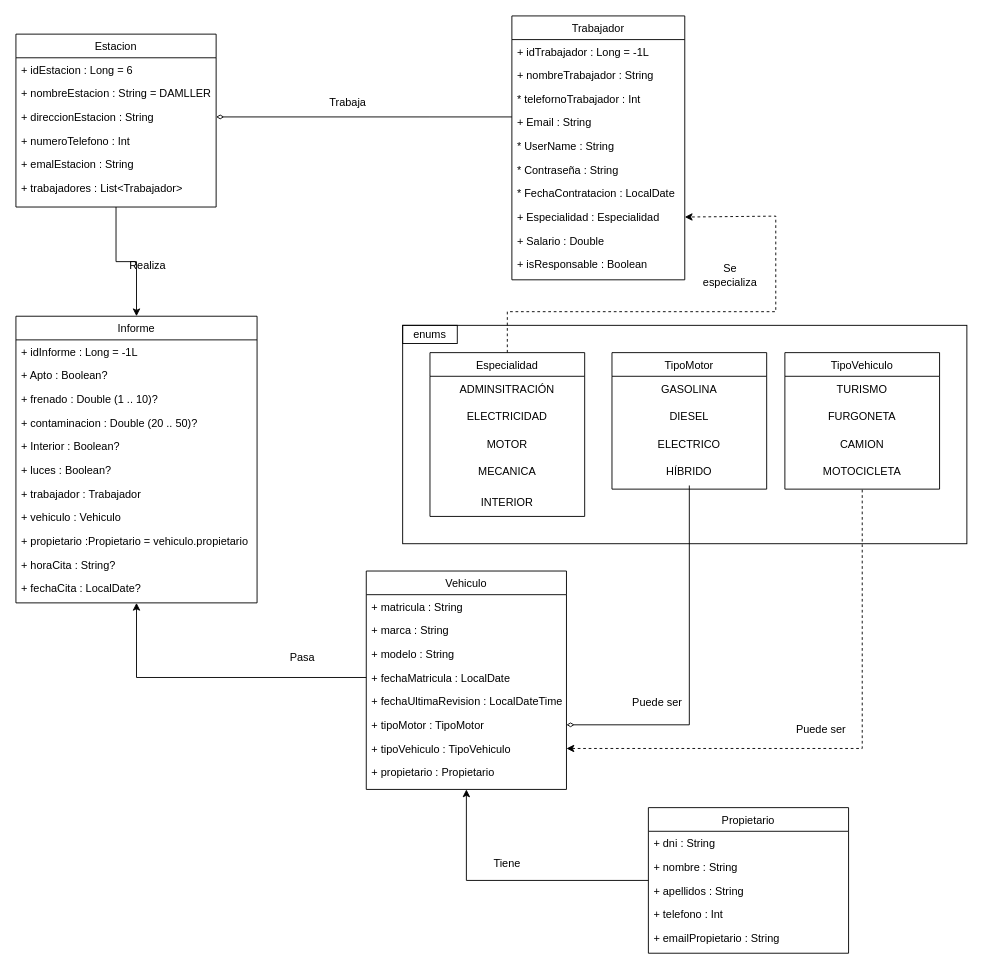
The draw.io diagram Diagramas/Entornos/Diagrama_de_clase.drawio in AlvaroDVA/Proyecto_ITV, before the edit. Source tidied: cells renumbered, new cells numbered last; positions are measured from the earlier drawing's top-left corner, leaving out a move shared by most shapes. Both pictures are drawn from the tidied source at 91%, with x=0, y=0 at pixel (15, 15).
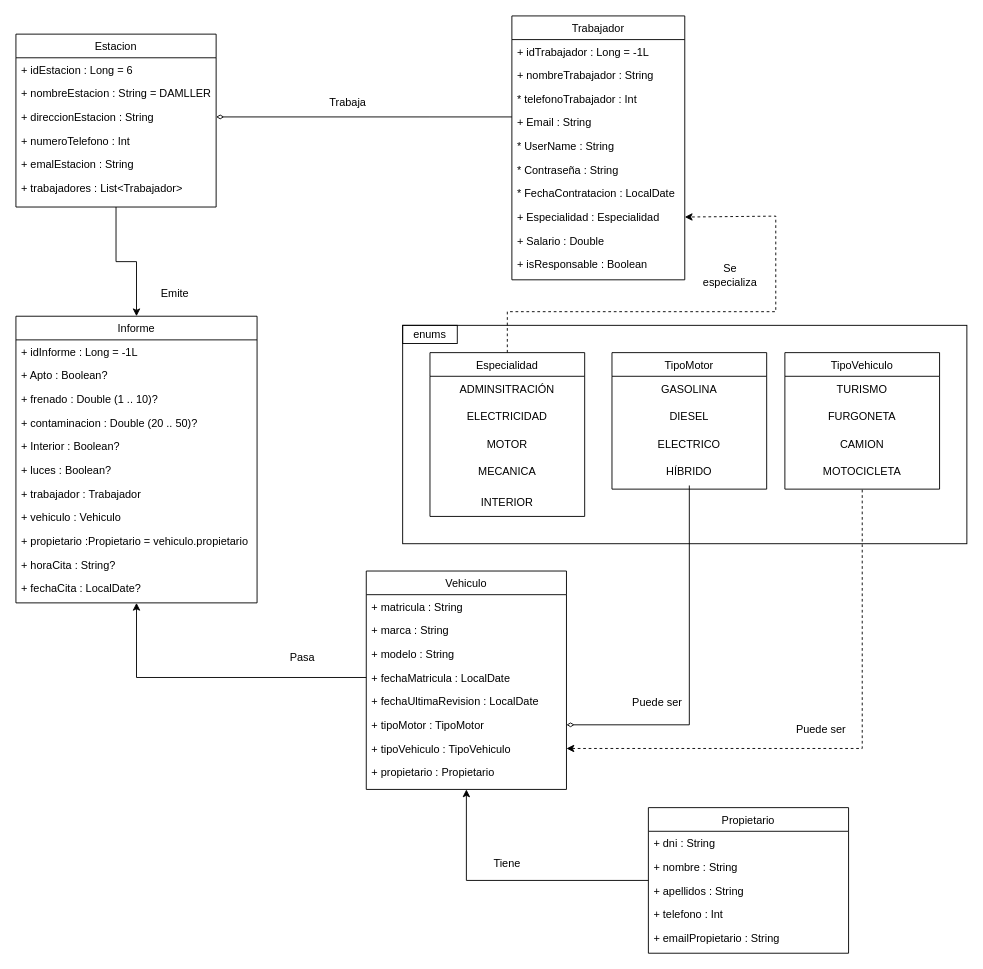
The same diagram, later.

The change refers to these unchanged cells:
```xml
<mxCell id="2" value="Trabajador" style="swimlane;fontStyle=0;align=center;verticalAlign=top;horizontal=1;startSize=26;rounded=0;shadow=0;strokeWidth=1;" parent="1" vertex="1">
  <mxGeometry x="545" width="190" height="290" as="geometry" />
</mxCell>
<mxCell id="34" value="Vehiculo" style="swimlane;fontStyle=0;align=center;verticalAlign=top;horizontal=1;startSize=26;rounded=0;shadow=0;strokeWidth=1;" parent="1" vertex="1">
  <mxGeometry x="385" y="610" width="220" height="240" as="geometry" />
</mxCell>
```

Change to the diagram source:
```diff
@@
-    <mxCell id="5" value="* telefornoTrabajador : Int" style="text;align=left;verticalAlign=top;spacingLeft=4;spacingRight=4;overflow=hidden;rounded=0;shadow=0;html=0;" parent="2" vertex="1">
+    <mxCell id="5" value="* telefonoTrabajador : Int" style="text;align=left;verticalAlign=top;spacingLeft=4;spacingRight=4;overflow=hidden;rounded=0;shadow=0;html=0;" parent="2" vertex="1">
       <mxGeometry y="78" width="190" height="26" as="geometry" />
     </mxCell>
@@
-    <mxCell id="39" value="+ fechaUltimaRevision : LocalDateTime" style="text;align=left;verticalAlign=top;spacingLeft=4;spacingRight=4;overflow=hidden;rounded=0;shadow=0;html=0;" parent="34" vertex="1">
+    <mxCell id="39" value="+ fechaUltimaRevision : LocalDate&#10;" style="text;align=left;verticalAlign=top;spacingLeft=4;spacingRight=4;overflow=hidden;rounded=0;shadow=0;html=0;" parent="34" vertex="1">
       <mxGeometry y="130" width="220" height="26" as="geometry" />
     </mxCell>
@@
-    <mxCell id="77" value="Realiza" style="text;html=1;strokeColor=none;fillColor=none;align=center;verticalAlign=middle;whiteSpace=wrap;rounded=0;" parent="1" vertex="1">
-      <mxGeometry x="115" y="260" width="60" height="30" as="geometry" />
+    <mxCell id="77" value="Emite" style="text;html=1;strokeColor=none;fillColor=none;align=center;verticalAlign=middle;whiteSpace=wrap;rounded=0;" parent="1" vertex="1">
+      <mxGeometry x="145" y="290" width="60" height="30" as="geometry" />
     </mxCell>
```
